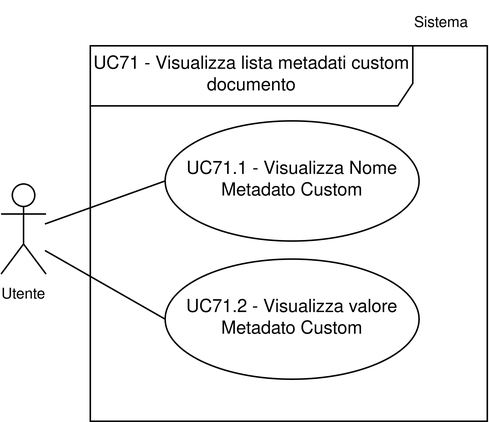
Before: assets/uml/UC71INC.png, a diagram exported from draw.io (7-ZPUs/Docs). Source tidied: cells renumbered, new cells last; positions are measured from the earlier drawing's top-left corner, leaving out a move shared by most shapes.
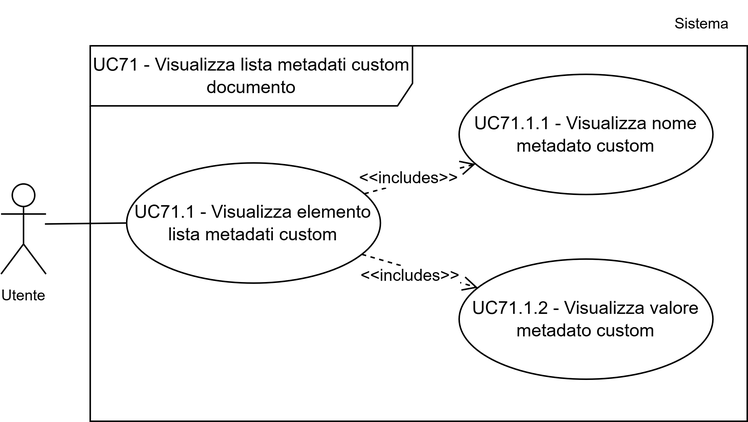
Later version of the same file.

What changed in the source:
```diff
@@ -6,26 +6,36 @@
       <mxGeometry x="0.2" y="122" width="30" height="60" as="geometry" />
     </mxCell>
     <mxCell id="3" value="UC71 - Visualizza lista metadati custom documento" style="shape=umlFrame;whiteSpace=wrap;html=1;width=215;height=40;" parent="1" vertex="1">
-      <mxGeometry x="59.7" y="30" width="264.7" height="250" as="geometry" />
+      <mxGeometry x="59.7" y="30" width="438.3" height="250" as="geometry" />
     </mxCell>
-    <mxCell id="4" style="rounded=0;jettySize=auto;html=1;entryX=0;entryY=0.5;entryDx=0;entryDy=0;strokeColor=default;endArrow=none;endFill=0;" parent="1" edge="1" target="5">
+    <mxCell id="4" style="rounded=0;jettySize=auto;html=1;entryX=0;entryY=0.5;entryDx=0;entryDy=0;strokeColor=default;endArrow=none;endFill=0;" parent="1" edge="1" target="8">
       <mxGeometry relative="1" as="geometry">
         <mxPoint x="29.5" y="148.6" as="sourcePoint" />
       </mxGeometry>
     </mxCell>
-    <mxCell id="5" value="UC71.1 - Visualizza Nome Metadato Custom" style="ellipse;whiteSpace=wrap;html=1;" parent="1" vertex="1">
-      <mxGeometry x="109.6" y="80" width="169.3" height="80" as="geometry" />
+    <mxCell id="5" style="rounded=0;jettySize=auto;html=1;endArrow=open;endFill=0;endSize=8;dashed=1;" parent="1" edge="1" source="8" target="10">
+      <mxGeometry relative="1" as="geometry" />
     </mxCell>
-    <mxCell id="6" value="Sistema" style="text;html=1;whiteSpace=wrap;strokeColor=none;fillColor=none;align=center;verticalAlign=middle;rounded=0;fontSize=10;" parent="1" vertex="1">
-      <mxGeometry x="264.4" width="60" height="30" as="geometry" />
+    <mxCell id="6" value="&amp;lt;&amp;lt;includes&amp;gt;&amp;gt;" style="edgeLabel;html=1;align=center;verticalAlign=middle;" parent="5" vertex="1">
+      <mxGeometry x="-0.19" y="3" relative="1" as="geometry" />
     </mxCell>
-    <mxCell id="7" value="UC71.2 - Visualizza valore Metadato Custom" style="ellipse;whiteSpace=wrap;html=1;" parent="1" vertex="1">
-      <mxGeometry x="109.6" y="172" width="169.3" height="80" as="geometry" />
+    <mxCell id="7" style="rounded=0;jettySize=auto;html=1;endArrow=open;endFill=0;endSize=8;dashed=1;" parent="1" edge="1" source="8" target="11">
+      <mxGeometry relative="1" as="geometry" />
     </mxCell>
-    <mxCell id="8" style="rounded=0;jettySize=auto;html=1;entryX=0;entryY=0.5;entryDx=0;entryDy=0;strokeColor=default;endArrow=none;endFill=0;" parent="1" edge="1" target="7">
-      <mxGeometry relative="1" as="geometry">
-        <mxPoint x="29.5" y="166.3" as="sourcePoint" />
-      </mxGeometry>
+    <mxCell id="8" value="UC71.1 - Visualizza elemento lista metadati custom" style="ellipse;whiteSpace=wrap;html=1;" parent="1" vertex="1">
+      <mxGeometry x="84" y="108" width="169.3" height="80" as="geometry" />
     </mxCell>
+    <mxCell id="9" value="Sistema" style="text;html=1;whiteSpace=wrap;strokeColor=none;fillColor=none;align=center;verticalAlign=middle;rounded=0;fontSize=10;" parent="1" vertex="1">
+      <mxGeometry x="438" width="60" height="30" as="geometry" />
+    </mxCell>
+    <mxCell id="10" value="UC71.1.1 - Visualizza nome metadato custom" style="ellipse;whiteSpace=wrap;html=1;" parent="1" vertex="1">
+      <mxGeometry x="305.8" y="49" width="169.3" height="80" as="geometry" />
+    </mxCell>
+    <mxCell id="11" value="UC71.1.2 - Visualizza valore metadato custom" style="ellipse;whiteSpace=wrap;html=1;" parent="1" vertex="1">
+      <mxGeometry x="305.8" y="172" width="169.3" height="80" as="geometry" />
+    </mxCell>
+    <mxCell id="12" value="&amp;lt;&amp;lt;includes&amp;gt;&amp;gt;" style="edgeLabel;html=1;align=center;verticalAlign=middle;" parent="1" vertex="1">
+      <mxGeometry x="272.9" y="182" as="geometry" />
+    </mxCell>
   </root>
 </mxGraphModel>
```
